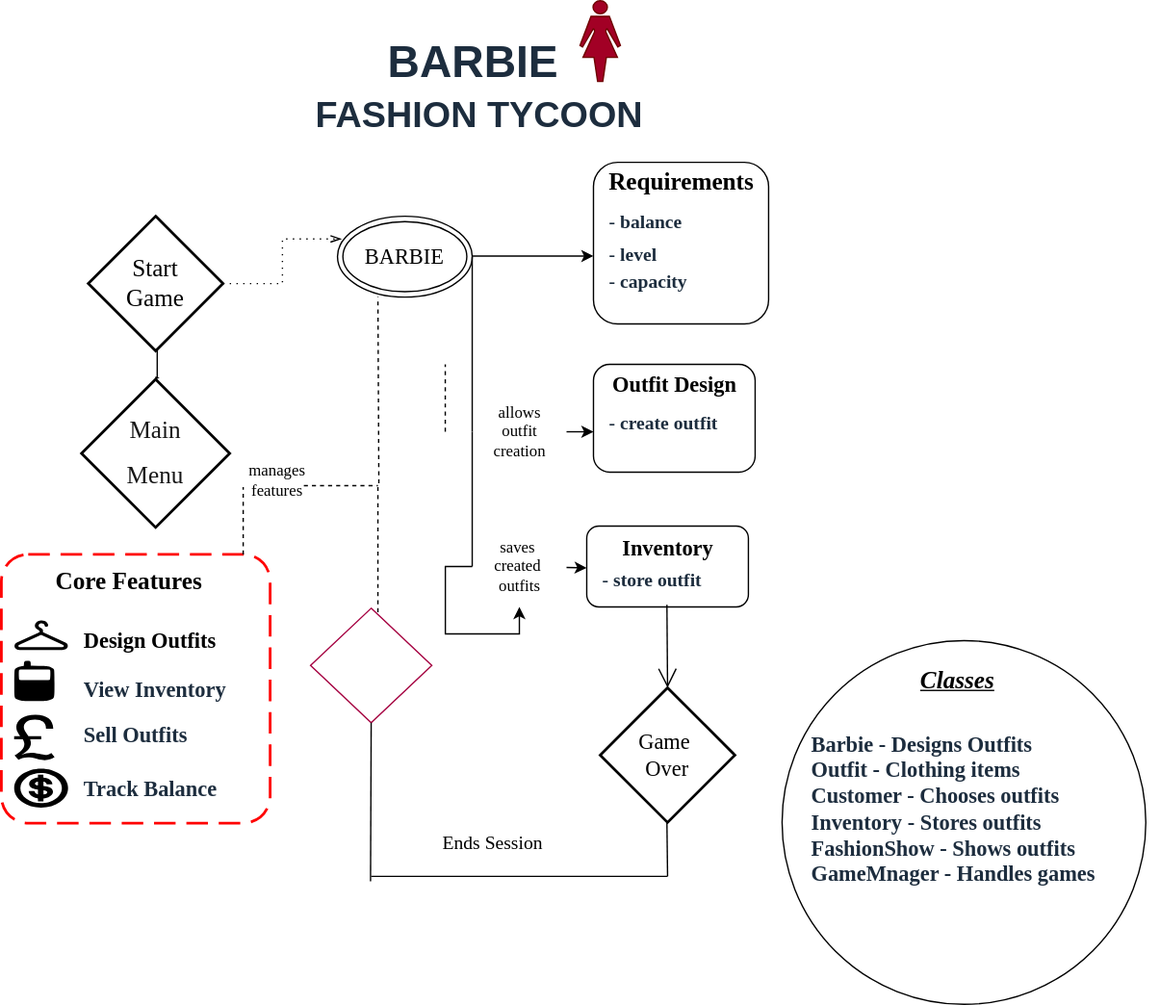
hooraintahir1/Barbie-Fashion-Tycoon keeps this draw.io diagram as Project.drawio.svg. Above is the earlier version. Source tidied: cells renumbered, new cells last; positions are measured from the earlier drawing's top-left corner, leaving out a move shared by most shapes.
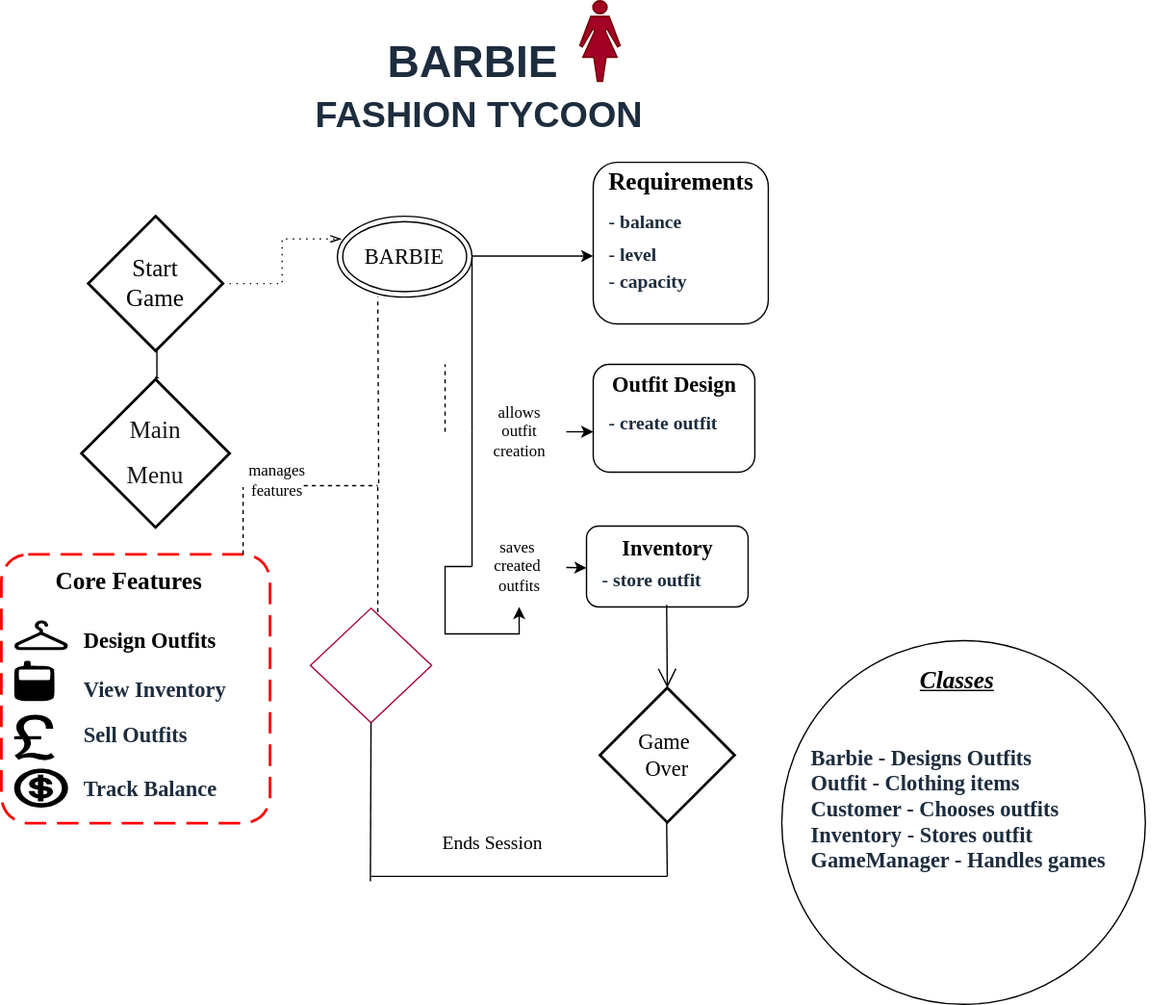
Later version of the same file.

What changed in the source:
```diff
@@ -211,8 +211,8 @@
     <mxCell id="55" value="&lt;font face=&quot;Comic Sans MS&quot; style=&quot;color: light-dark(rgb(0, 0, 0), rgb(19, 19, 19)); font-size: 18px;&quot;&gt;&lt;b style=&quot;&quot;&gt;&lt;u&gt;&lt;i&gt;Classes&lt;/i&gt;&lt;/u&gt;&lt;/b&gt;&lt;/font&gt;" style="text;html=1;align=center;verticalAlign=middle;strokeColor=none;fillColor=none;fontSize=12;fontColor=#1D2D3E;fontFamily=Helvetica;" parent="1" vertex="1">
       <mxGeometry x="665" y="485" width="90" height="40" as="geometry" />
     </mxCell>
-    <mxCell id="56" value="&lt;font face=&quot;Comic Sans MS&quot; style=&quot;font-size: 16px; color: light-dark(rgb(29, 45, 62), rgb(73, 78, 83));&quot;&gt;&lt;b style=&quot;&quot;&gt;Barbie - Designs Outfits&lt;/b&gt;&lt;/font&gt;&lt;div&gt;&lt;font face=&quot;Comic Sans MS&quot; style=&quot;font-size: 16px; color: light-dark(rgb(29, 45, 62), rgb(73, 78, 83));&quot;&gt;&lt;b style=&quot;&quot;&gt;Outfit - Clothing items&lt;/b&gt;&lt;/font&gt;&lt;/div&gt;&lt;div&gt;&lt;font face=&quot;Comic Sans MS&quot; style=&quot;font-size: 16px; color: light-dark(rgb(29, 45, 62), rgb(73, 78, 83));&quot;&gt;&lt;b style=&quot;&quot;&gt;Customer - Chooses outfits&lt;/b&gt;&lt;/font&gt;&lt;/div&gt;&lt;div&gt;&lt;font face=&quot;Comic Sans MS&quot; style=&quot;font-size: 16px; color: light-dark(rgb(29, 45, 62), rgb(73, 78, 83));&quot;&gt;&lt;b style=&quot;&quot;&gt;Inventory - Stores outfits&lt;/b&gt;&lt;/font&gt;&lt;/div&gt;&lt;div&gt;&lt;font face=&quot;Comic Sans MS&quot; style=&quot;font-size: 16px; color: light-dark(rgb(29, 45, 62), rgb(73, 78, 83));&quot;&gt;&lt;b style=&quot;&quot;&gt;FashionShow - Shows outfits&lt;/b&gt;&lt;/font&gt;&lt;/div&gt;&lt;div&gt;&lt;font face=&quot;Comic Sans MS&quot; style=&quot;font-size: 16px; color: light-dark(rgb(29, 45, 62), rgb(73, 78, 83));&quot;&gt;&lt;b style=&quot;&quot;&gt;GameMnager - Handles games&lt;/b&gt;&lt;/font&gt;&lt;/div&gt;" style="text;html=1;align=left;verticalAlign=middle;strokeColor=none;fillColor=none;fontSize=12;fontColor=default;fontFamily=Helvetica;" parent="1" vertex="1">
-      <mxGeometry x="600" y="535" width="260" height="130" as="geometry" />
+    <mxCell id="56" value="&lt;font face=&quot;Comic Sans MS&quot; style=&quot;font-size: 16px; color: light-dark(rgb(29, 45, 62), rgb(73, 78, 83));&quot;&gt;&lt;b style=&quot;&quot;&gt;Barbie - Designs Outfits&lt;/b&gt;&lt;/font&gt;&lt;div&gt;&lt;font face=&quot;Comic Sans MS&quot; style=&quot;font-size: 16px; color: light-dark(rgb(29, 45, 62), rgb(73, 78, 83));&quot;&gt;&lt;b style=&quot;&quot;&gt;Outfit - Clothing items&lt;/b&gt;&lt;/font&gt;&lt;/div&gt;&lt;div&gt;&lt;font face=&quot;Comic Sans MS&quot; style=&quot;font-size: 16px; color: light-dark(rgb(29, 45, 62), rgb(73, 78, 83));&quot;&gt;&lt;b style=&quot;&quot;&gt;Customer - Chooses outfits&lt;/b&gt;&lt;/font&gt;&lt;/div&gt;&lt;div&gt;&lt;font face=&quot;Comic Sans MS&quot; style=&quot;font-size: 16px; color: light-dark(rgb(29, 45, 62), rgb(73, 78, 83));&quot;&gt;&lt;b style=&quot;&quot;&gt;Inventory - Stores outfit&lt;/b&gt;&lt;/font&gt;&lt;/div&gt;&lt;div&gt;&lt;font face=&quot;Comic Sans MS&quot; style=&quot;font-size: 16px; color: light-dark(rgb(29, 45, 62), rgb(73, 78, 83));&quot;&gt;&lt;b style=&quot;&quot;&gt;GameManager - Handles games&lt;/b&gt;&lt;/font&gt;&lt;/div&gt;" style="text;html=1;align=left;verticalAlign=middle;strokeColor=none;fillColor=none;fontSize=12;fontColor=default;fontFamily=Helvetica;" parent="1" vertex="1">
+      <mxGeometry x="600" y="545" width="270" height="110" as="geometry" />
     </mxCell>
   </root>
 </mxGraphModel>
```
